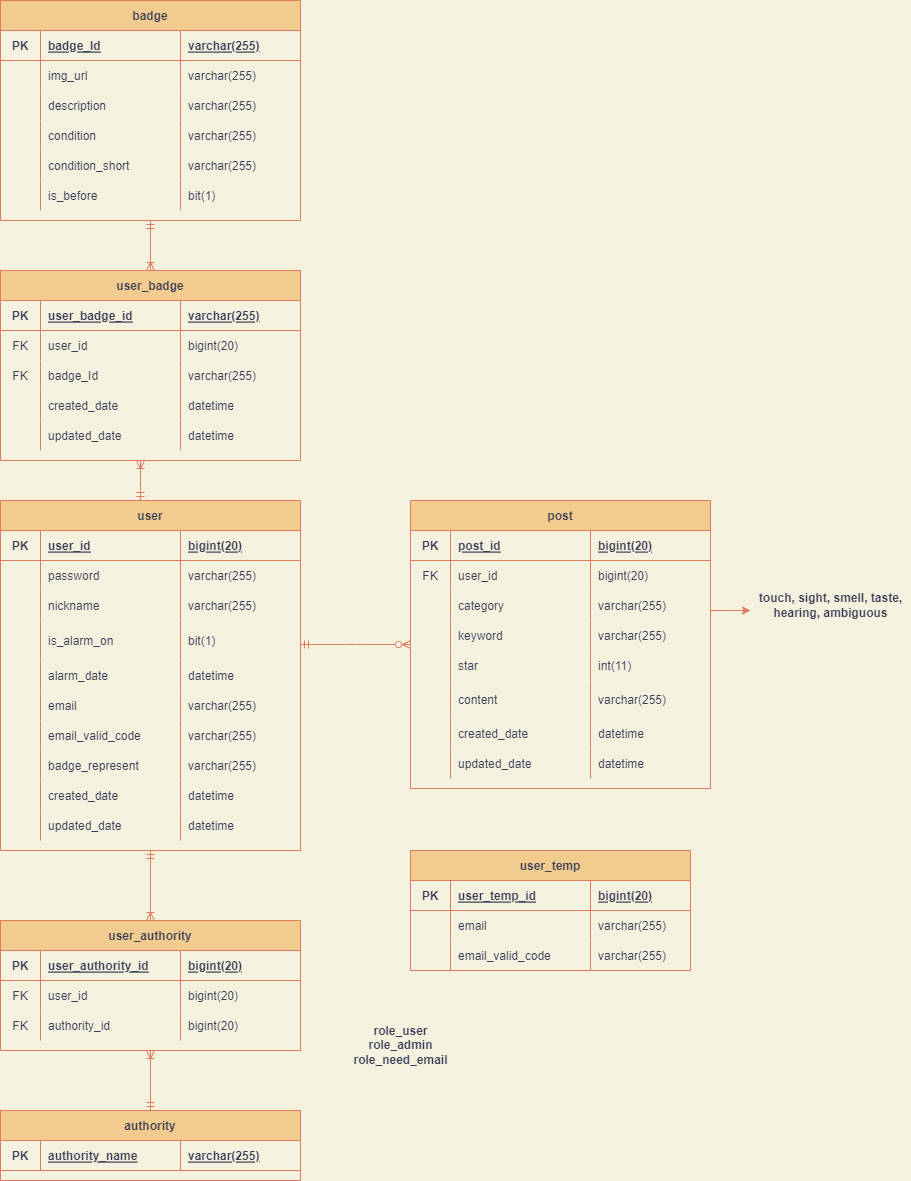
The draw.io diagram five_senses_erd.drawio.png in FiveSensesApp/five-senses-common, before a commit. Source tidied: cells renumbered, new cells last; positions are measured from the earlier drawing's top-left corner, leaving out a move shared by most shapes.
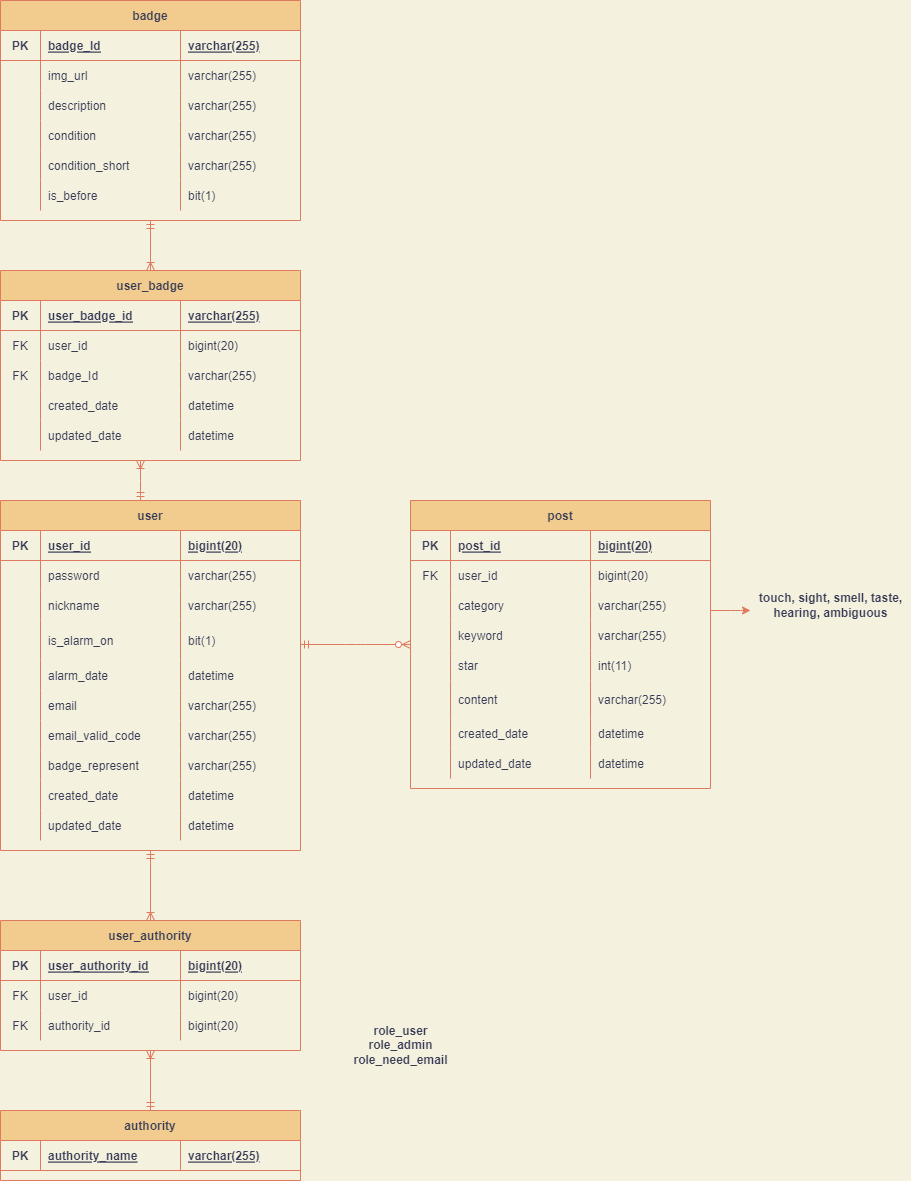
After the commit.

What changed in the source:
```diff
@@ -313,45 +313,6 @@
     <mxCell id="99" value="&lt;b&gt;role_user&lt;br&gt;role_admin&lt;br&gt;role_need_email&lt;br&gt;&lt;/b&gt;" style="text;html=1;align=center;verticalAlign=middle;strokeColor=none;fillColor=none;fontColor=#393C56;" parent="1" vertex="1">
       <mxGeometry x="345" y="1020" width="110" height="50" as="geometry" />
     </mxCell>
-    <mxCell id="100" value="user_temp" style="shape=table;startSize=30;rowLines=0;fontStyle=1;align=center;rounded=0;sketch=0;fontColor=#393C56;strokeColor=#E07A5F;fillColor=#F2CC8F;" parent="1" vertex="1">
-      <mxGeometry x="410" y="850" width="280" height="120" as="geometry" />
-    </mxCell>
-    <mxCell id="101" style="shape=tableRow;horizontal=0;startSize=0;swimlaneHead=0;swimlaneBody=0;fillColor=none;top=0;left=0;right=0;bottom=1;rounded=0;sketch=0;fontColor=#393C56;strokeColor=#E07A5F;" parent="100" vertex="1">
-      <mxGeometry y="30" width="280" height="30" as="geometry" />
-    </mxCell>
-    <mxCell id="102" value="PK" style="shape=partialRectangle;fillColor=none;top=0;left=0;bottom=0;right=0;fontStyle=1;overflow=hidden;rounded=0;sketch=0;fontColor=#393C56;strokeColor=#E07A5F;" parent="101" vertex="1">
-      <mxGeometry width="40" height="30" as="geometry" />
-    </mxCell>
-    <mxCell id="103" value="user_temp_id" style="shape=partialRectangle;fillColor=none;top=0;left=0;bottom=0;right=0;align=left;spacingLeft=6;fontStyle=5;overflow=hidden;rounded=0;sketch=0;fontColor=#393C56;strokeColor=#E07A5F;" parent="101" vertex="1">
-      <mxGeometry x="40" width="140" height="30" as="geometry" />
-    </mxCell>
-    <mxCell id="104" value="bigint(20)" style="shape=partialRectangle;fillColor=none;top=0;left=0;bottom=0;right=0;align=left;spacingLeft=6;fontStyle=5;overflow=hidden;rounded=0;sketch=0;fontColor=#393C56;strokeColor=#E07A5F;" parent="101" vertex="1">
-      <mxGeometry x="180" width="100" height="30" as="geometry" />
-    </mxCell>
-    <mxCell id="105" style="shape=tableRow;horizontal=0;startSize=0;swimlaneHead=0;swimlaneBody=0;fillColor=none;top=0;left=0;right=0;bottom=0;rounded=0;sketch=0;fontColor=#393C56;strokeColor=#E07A5F;" parent="100" vertex="1">
-      <mxGeometry y="60" width="280" height="30" as="geometry" />
-    </mxCell>
-    <mxCell id="106" style="shape=partialRectangle;fillColor=none;top=0;left=0;bottom=0;right=0;overflow=hidden;rounded=0;sketch=0;fontColor=#393C56;strokeColor=#E07A5F;" parent="105" vertex="1">
-      <mxGeometry width="40" height="30" as="geometry" />
-    </mxCell>
-    <mxCell id="107" value="email" style="shape=partialRectangle;fillColor=none;top=0;left=0;bottom=0;right=0;align=left;spacingLeft=6;overflow=hidden;rounded=0;sketch=0;fontColor=#393C56;strokeColor=#E07A5F;" parent="105" vertex="1">
-      <mxGeometry x="40" width="140" height="30" as="geometry" />
-    </mxCell>
-    <mxCell id="108" value="varchar(255)" style="shape=partialRectangle;fillColor=none;top=0;left=0;bottom=0;right=0;align=left;spacingLeft=6;overflow=hidden;rounded=0;sketch=0;fontColor=#393C56;strokeColor=#E07A5F;" parent="105" vertex="1">
-      <mxGeometry x="180" width="100" height="30" as="geometry" />
-    </mxCell>
-    <mxCell id="109" style="shape=tableRow;horizontal=0;startSize=0;swimlaneHead=0;swimlaneBody=0;fillColor=none;top=0;left=0;right=0;bottom=0;rounded=0;sketch=0;fontColor=#393C56;strokeColor=#E07A5F;" parent="100" vertex="1">
-      <mxGeometry y="90" width="280" height="30" as="geometry" />
-    </mxCell>
-    <mxCell id="110" style="shape=partialRectangle;fillColor=none;top=0;left=0;bottom=0;right=0;overflow=hidden;rounded=0;sketch=0;fontColor=#393C56;strokeColor=#E07A5F;" parent="109" vertex="1">
-      <mxGeometry width="40" height="30" as="geometry" />
-    </mxCell>
-    <mxCell id="111" value="email_valid_code" style="shape=partialRectangle;fillColor=none;top=0;left=0;bottom=0;right=0;align=left;spacingLeft=6;overflow=hidden;rounded=0;sketch=0;fontColor=#393C56;strokeColor=#E07A5F;" parent="109" vertex="1">
-      <mxGeometry x="40" width="140" height="30" as="geometry" />
-    </mxCell>
-    <mxCell id="112" value="varchar(255)" style="shape=partialRectangle;fillColor=none;top=0;left=0;bottom=0;right=0;align=left;spacingLeft=6;overflow=hidden;rounded=0;sketch=0;fontColor=#393C56;strokeColor=#E07A5F;" parent="109" vertex="1">
-      <mxGeometry x="180" width="100" height="30" as="geometry" />
-    </mxCell>
     <mxCell id="113" value="badge" style="shape=table;startSize=30;rowLines=0;fontStyle=1;align=center;rounded=0;sketch=0;fontColor=#393C56;strokeColor=#E07A5F;fillColor=#F2CC8F;" parent="1" vertex="1">
       <mxGeometry width="300" height="220" as="geometry" />
     </mxCell>
```
